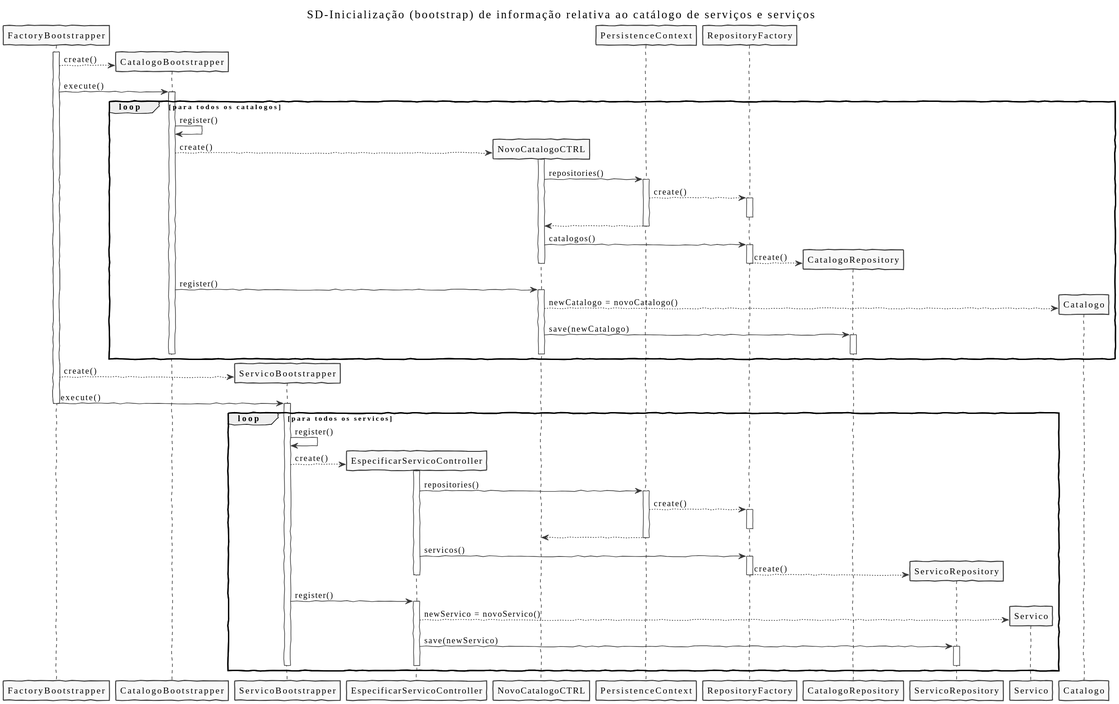
The PlantUML diagram docs/US2101/SD2101.svg in pedrolemos4/LAPR4, before a commit.
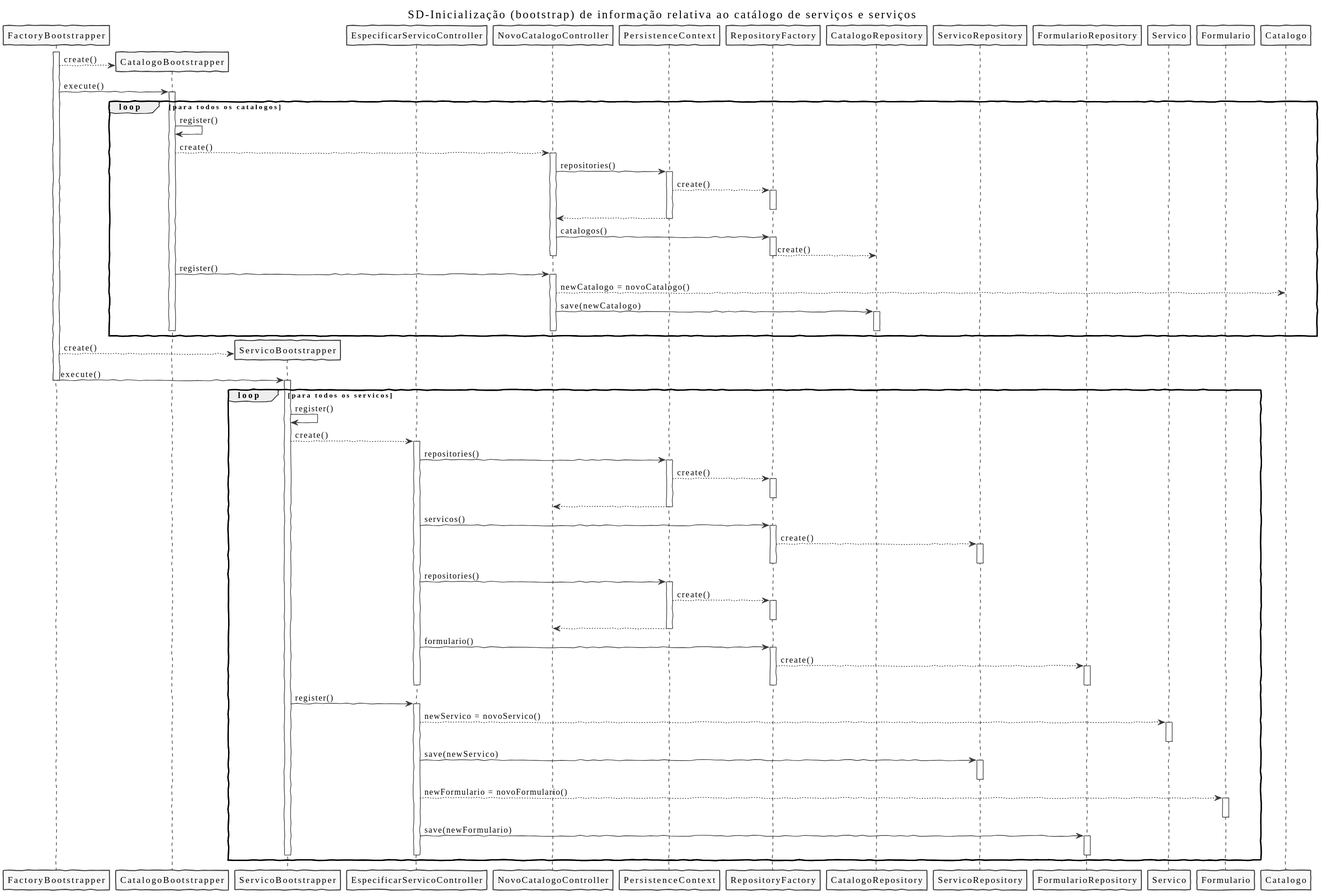
Later version of the same file.

The edit, as a diff of the source:
```diff
@@ -14,13 +14,15 @@
 
 participant EspecificarServicoController as SController
 
-participant NovoCatalogoCTRL as Controller
+participant NovoCatalogoController as Controller
 
 participant PersistenceContext as Persistence
 participant RepositoryFactory as Factory
 participant CatalogoRepository as CRepository
 participant ServicoRepository as SRepository
+participant FormularioRepository as FRepository
 participant Servico as Ser
+participant Formulario as Formulario
 
 participant Catalogo as Cat
 
@@ -30,7 +32,7 @@
 activate BOO
 loop para todos os catalogos
 BOO -> BOO: register()
-BOO --> Controller**: create()
+BOO --> Controller: create()
     activate Controller
     Controller -> Persistence: repositories()
         activate Persistence
@@ -41,12 +43,12 @@
         deactivate Persistence
     Controller -> Factory: catalogos()
         activate Factory
-            Factory --> CRepository** : create()
+            Factory --> CRepository : create()
         deactivate Factory
     deactivate Controller
 BOO -> Controller: register()
     activate Controller
-    Controller --> Cat**: newCatalogo = novoCatalogo()
+    Controller --> Cat: newCatalogo = novoCatalogo()
     Controller -> CRepository: save(newCatalogo)
         activate CRepository
         deactivate CRepository
@@ -60,7 +62,7 @@
 activate B
 loop para todos os servicos
 B -> B: register()
-B --> SController**: create()
+B --> SController: create()
     activate SController
     SController -> Persistence: repositories()
         activate Persistence
@@ -71,15 +73,39 @@
         deactivate Persistence
     SController -> Factory: servicos()
         activate Factory
-            Factory --> SRepository** : create()
+            Factory --> SRepository : create()
+            activate SRepository
+            deactivate SRepository
+        deactivate Factory
+
+    SController -> Persistence: repositories()
+        activate Persistence
+            Persistence --> Factory: create()
+            activate Factory
+            deactivate Factory
+            Persistence --> Controller:
+        deactivate Persistence
+    SController -> Factory: formulario()
+        activate Factory
+            Factory --> FRepository : create()
+            activate FRepository
+            deactivate FRepository
         deactivate Factory
     deactivate SController
 B -> SController: register()
     activate SController
-    SController --> Ser**: newServico = novoServico()
+    SController --> Ser: newServico = novoServico()
+        activate Ser
+        deactivate Ser
     SController -> SRepository: save(newServico)
         activate SRepository
         deactivate SRepository
+    SController --> Formulario: newFormulario = novoFormulario()
+        activate Formulario
+        deactivate Formulario
+    SController -> FRepository: save(newFormulario)
+        activate FRepository
+        deactivate FRepository
     deactivate SController
 deactivate B
 end
```
